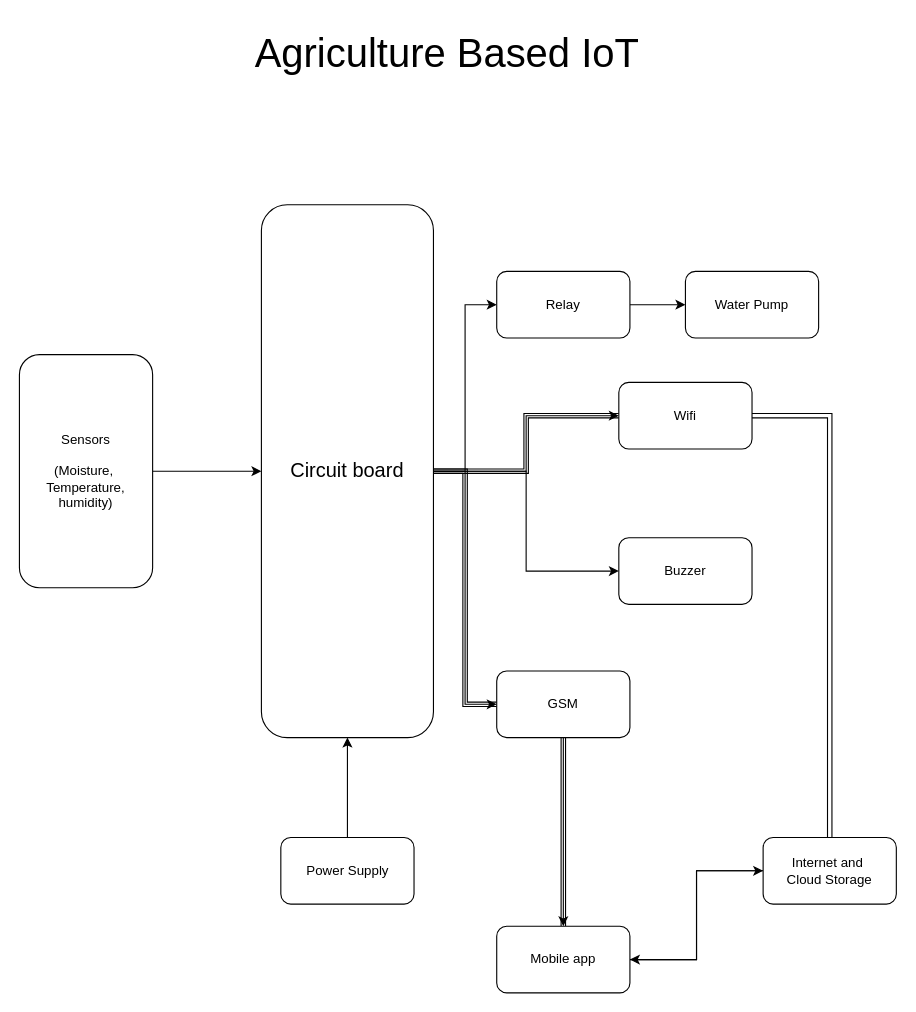
Before: Untitled Diagram.drawio in vs704vs/Architecture-Diagrams, a draw.io diagram. Source tidied: cells renumbered, new cells numbered last; positions are measured from the earlier drawing's top-left corner, leaving out a move shared by most shapes. Both pictures are drawn from the tidied source at 111%, with x=0, y=0 at pixel (19, 19).
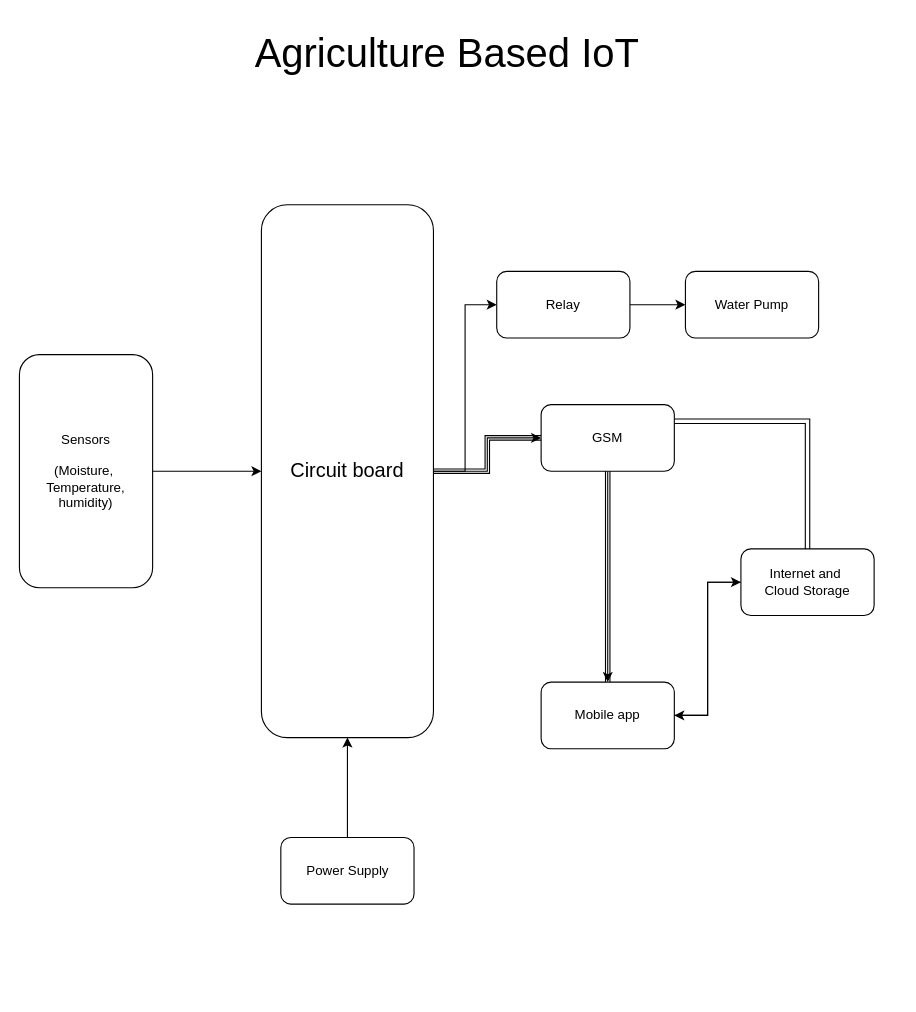
The same diagram, later.

Unchanged cells that the change refers to:
```xml
<mxCell id="6" value="&lt;font style=&quot;font-size: 18px;&quot;&gt;Circuit board&lt;/font&gt;" style="rounded=1;whiteSpace=wrap;html=1;" parent="1" vertex="1">
  <mxGeometry x="218" y="167" width="155" height="480" as="geometry" />
</mxCell>
```

What changed in the source:
```diff
@@
-    <mxCell id="2" style="edgeStyle=orthogonalEdgeStyle;rounded=0;jettySize=auto;html=1;entryX=0;entryY=0.5;entryDx=0;entryDy=0;" parent="1" edge="1" source="6" target="16">
-      <mxGeometry relative="1" as="geometry" />
-    </mxCell>
@@
-    <mxCell id="4" style="edgeStyle=orthogonalEdgeStyle;rounded=0;jettySize=auto;html=1;entryX=0;entryY=0.5;entryDx=0;entryDy=0;" parent="1" edge="1" source="6" target="17">
-      <mxGeometry relative="1" as="geometry" />
-    </mxCell>
@@
-    <mxCell id="14" style="edgeStyle=orthogonalEdgeStyle;rounded=0;jettySize=auto;html=1;exitX=0;exitY=0.5;exitDx=0;exitDy=0;shape=link;" parent="1" edge="1" source="16" target="6">
-      <mxGeometry relative="1" as="geometry" />
-    </mxCell>
-    <mxCell id="15" style="edgeStyle=orthogonalEdgeStyle;rounded=0;jettySize=auto;html=1;entryX=0.5;entryY=0;entryDx=0;entryDy=0;shape=link;" parent="1" edge="1" source="16" target="25">
+    <mxCell id="15" style="edgeStyle=orthogonalEdgeStyle;rounded=0;jettySize=auto;html=1;entryX=0.5;entryY=0;entryDx=0;entryDy=0;shape=link;exitX=1;exitY=0.25;exitDx=0;exitDy=0;" parent="1" edge="1" source="20" target="25">
       <mxGeometry relative="1" as="geometry" />
     </mxCell>
-    <mxCell id="16" value="Wifi" style="rounded=1;whiteSpace=wrap;html=1;" parent="1" vertex="1">
-      <mxGeometry x="540" y="327" width="120" height="60" as="geometry" />
-    </mxCell>
-    <mxCell id="17" value="Buzzer" style="rounded=1;whiteSpace=wrap;html=1;" parent="1" vertex="1">
-      <mxGeometry x="540" y="467" width="120" height="60" as="geometry" />
-    </mxCell>
@@
     <mxCell id="20" value="GSM" style="rounded=1;whiteSpace=wrap;html=1;" parent="1" vertex="1">
-      <mxGeometry x="430" y="587" width="120" height="60" as="geometry" />
+      <mxGeometry x="470" y="347" width="120" height="60" as="geometry" />
     </mxCell>
@@
     <mxCell id="23" value="Mobile app" style="rounded=1;whiteSpace=wrap;html=1;" parent="1" vertex="1">
-      <mxGeometry x="430" y="817" width="120" height="60" as="geometry" />
+      <mxGeometry x="470" y="597" width="120" height="60" as="geometry" />
     </mxCell>
@@
     <mxCell id="25" value="Internet and&amp;nbsp;&lt;br&gt;Cloud Storage" style="rounded=1;whiteSpace=wrap;html=1;" parent="1" vertex="1">
-      <mxGeometry x="670" y="737" width="120" height="60" as="geometry" />
+      <mxGeometry x="650" y="477" width="120" height="60" as="geometry" />
     </mxCell>
```
